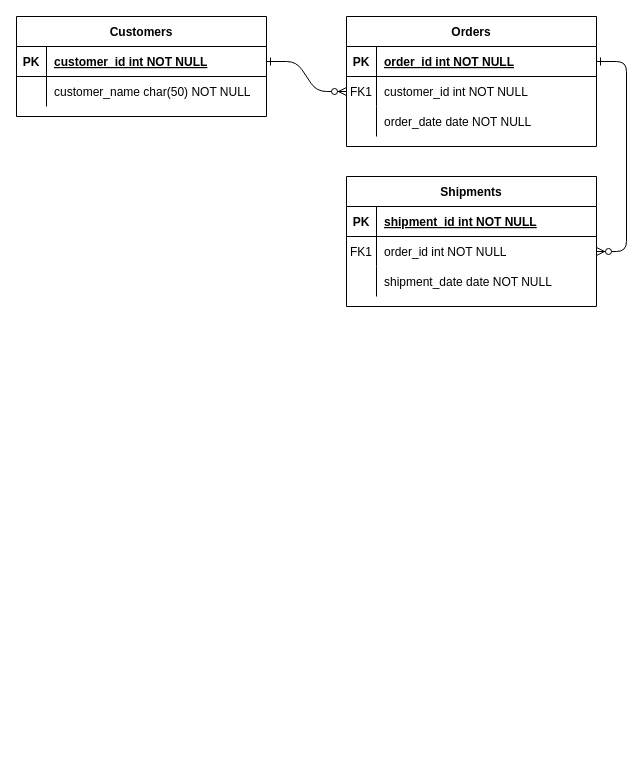
itpreneur/123-Essential-JavaScript-Interview-Questions keeps this draw.io diagram as mockitplace.drawio. Above is the earlier version. Source tidied: cells renumbered, new cells numbered last; positions are measured from the earlier drawing's top-left corner, leaving out a move shared by most shapes. Both pictures are drawn from the tidied source at 100%, with x=0, y=0 at pixel (16, 16).
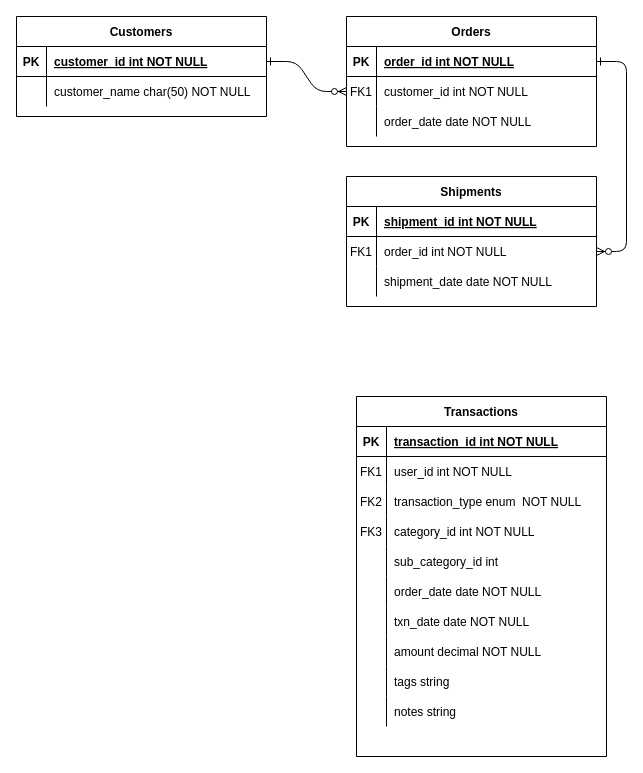
The same page after the edit.

Diff of the diagram source:
```diff
@@
+    <mxCell id="31" value="Transactions" style="shape=table;startSize=30;childLayout=tableLayout;rowLines=0;fontStyle=1;align=center;" parent="1" vertex="1">
+      <mxGeometry x="340" y="380" width="250" height="360" as="geometry" />
+    </mxCell>
+    <mxCell id="32" style="shape=partialRectangle;fillColor=none;top=0;left=0;right=0;bottom=1;" parent="31" vertex="1">
+      <mxGeometry y="30" width="250" height="30" as="geometry" />
+    </mxCell>
+    <mxCell id="33" value="PK" style="shape=partialRectangle;overflow=hidden;fillColor=none;top=0;left=0;bottom=0;right=0;fontStyle=1;" parent="32" vertex="1">
+      <mxGeometry width="30" height="30" as="geometry" />
+    </mxCell>
+    <mxCell id="34" value="transaction_id int NOT NULL " style="shape=partialRectangle;overflow=hidden;fillColor=none;top=0;left=0;bottom=0;right=0;align=left;spacingLeft=6;fontStyle=5;" parent="32" vertex="1">
+      <mxGeometry x="30" width="220" height="30" as="geometry" />
+    </mxCell>
+    <mxCell id="35" style="shape=partialRectangle;fillColor=none;top=0;left=0;right=0;bottom=0;" parent="31" vertex="1">
+      <mxGeometry y="60" width="250" height="30" as="geometry" />
+    </mxCell>
+    <mxCell id="36" value="FK1" style="shape=partialRectangle;overflow=hidden;fillColor=none;top=0;left=0;bottom=0;right=0;" parent="35" vertex="1">
+      <mxGeometry width="30" height="30" as="geometry" />
+    </mxCell>
+    <mxCell id="37" value="user_id int NOT NULL" style="shape=partialRectangle;overflow=hidden;fillColor=none;top=0;left=0;bottom=0;right=0;align=left;spacingLeft=6;" parent="35" vertex="1">
+      <mxGeometry x="30" width="220" height="30" as="geometry" />
+    </mxCell>
+    <mxCell id="38" style="shape=partialRectangle;fillColor=none;top=0;left=0;right=0;bottom=0;" parent="31" vertex="1">
+      <mxGeometry y="90" width="250" height="30" as="geometry" />
+    </mxCell>
+    <mxCell id="39" value="FK2" style="shape=partialRectangle;overflow=hidden;fillColor=none;top=0;left=0;bottom=0;right=0;" parent="38" vertex="1">
+      <mxGeometry width="30" height="30" as="geometry" />
+    </mxCell>
+    <mxCell id="40" value="transaction_type enum  NOT NULL" style="shape=partialRectangle;overflow=hidden;fillColor=none;top=0;left=0;bottom=0;right=0;align=left;spacingLeft=6;" parent="38" vertex="1">
+      <mxGeometry x="30" width="220" height="30" as="geometry" />
+    </mxCell>
+    <mxCell id="41" style="shape=partialRectangle;fillColor=none;top=0;left=0;right=0;bottom=0;" parent="31" vertex="1">
+      <mxGeometry y="120" width="250" height="30" as="geometry" />
+    </mxCell>
+    <mxCell id="42" value="FK3" style="shape=partialRectangle;overflow=hidden;fillColor=none;top=0;left=0;bottom=0;right=0;" parent="41" vertex="1">
+      <mxGeometry width="30" height="30" as="geometry" />
+    </mxCell>
+    <mxCell id="43" value="category_id int NOT NULL" style="shape=partialRectangle;overflow=hidden;fillColor=none;top=0;left=0;bottom=0;right=0;align=left;spacingLeft=6;" parent="41" vertex="1">
+      <mxGeometry x="30" width="220" height="30" as="geometry" />
+    </mxCell>
+    <mxCell id="44" style="shape=partialRectangle;fillColor=none;top=0;left=0;right=0;bottom=0;" parent="31" vertex="1">
+      <mxGeometry y="150" width="250" height="30" as="geometry" />
+    </mxCell>
+    <mxCell id="45" style="shape=partialRectangle;overflow=hidden;fillColor=none;top=0;left=0;bottom=0;right=0;" parent="44" vertex="1">
+      <mxGeometry width="30" height="30" as="geometry" />
+    </mxCell>
+    <mxCell id="46" value="sub_category_id int" style="shape=partialRectangle;overflow=hidden;fillColor=none;top=0;left=0;bottom=0;right=0;align=left;spacingLeft=6;" parent="44" vertex="1">
+      <mxGeometry x="30" width="220" height="30" as="geometry" />
+    </mxCell>
+    <mxCell id="47" style="shape=partialRectangle;fillColor=none;top=0;left=0;right=0;bottom=0;" parent="31" vertex="1">
+      <mxGeometry y="180" width="250" height="30" as="geometry" />
+    </mxCell>
+    <mxCell id="48" style="shape=partialRectangle;overflow=hidden;fillColor=none;top=0;left=0;bottom=0;right=0;" parent="47" vertex="1">
+      <mxGeometry width="30" height="30" as="geometry" />
+    </mxCell>
+    <mxCell id="49" value="order_date date NOT NULL" style="shape=partialRectangle;overflow=hidden;fillColor=none;top=0;left=0;bottom=0;right=0;align=left;spacingLeft=6;" parent="47" vertex="1">
+      <mxGeometry x="30" width="220" height="30" as="geometry" />
+    </mxCell>
+    <mxCell id="50" style="shape=partialRectangle;fillColor=none;top=0;left=0;right=0;bottom=0;" parent="31" vertex="1">
+      <mxGeometry y="210" width="250" height="30" as="geometry" />
+    </mxCell>
+    <mxCell id="51" style="shape=partialRectangle;overflow=hidden;fillColor=none;top=0;left=0;bottom=0;right=0;" parent="50" vertex="1">
+      <mxGeometry width="30" height="30" as="geometry" />
+    </mxCell>
+    <mxCell id="52" value="txn_date date NOT NULL" style="shape=partialRectangle;overflow=hidden;fillColor=none;top=0;left=0;bottom=0;right=0;align=left;spacingLeft=6;" parent="50" vertex="1">
+      <mxGeometry x="30" width="220" height="30" as="geometry" />
+    </mxCell>
+    <mxCell id="53" style="shape=partialRectangle;fillColor=none;top=0;left=0;right=0;bottom=0;" parent="31" vertex="1">
+      <mxGeometry y="240" width="250" height="30" as="geometry" />
+    </mxCell>
+    <mxCell id="54" style="shape=partialRectangle;overflow=hidden;fillColor=none;top=0;left=0;bottom=0;right=0;" parent="53" vertex="1">
+      <mxGeometry width="30" height="30" as="geometry" />
+    </mxCell>
+    <mxCell id="55" value="amount decimal NOT NULL" style="shape=partialRectangle;overflow=hidden;fillColor=none;top=0;left=0;bottom=0;right=0;align=left;spacingLeft=6;" parent="53" vertex="1">
+      <mxGeometry x="30" width="220" height="30" as="geometry" />
+    </mxCell>
+    <mxCell id="56" style="shape=partialRectangle;fillColor=none;top=0;left=0;right=0;bottom=0;" parent="31" vertex="1">
+      <mxGeometry y="270" width="250" height="30" as="geometry" />
+    </mxCell>
+    <mxCell id="57" style="shape=partialRectangle;overflow=hidden;fillColor=none;top=0;left=0;bottom=0;right=0;" parent="56" vertex="1">
+      <mxGeometry width="30" height="30" as="geometry" />
+    </mxCell>
+    <mxCell id="58" value="tags string" style="shape=partialRectangle;overflow=hidden;fillColor=none;top=0;left=0;bottom=0;right=0;align=left;spacingLeft=6;" parent="56" vertex="1">
+      <mxGeometry x="30" width="220" height="30" as="geometry" />
+    </mxCell>
+    <mxCell id="59" style="shape=partialRectangle;fillColor=none;top=0;left=0;right=0;bottom=0;" parent="31" vertex="1">
+      <mxGeometry y="300" width="250" height="30" as="geometry" />
+    </mxCell>
+    <mxCell id="60" style="shape=partialRectangle;overflow=hidden;fillColor=none;top=0;left=0;bottom=0;right=0;" parent="59" vertex="1">
+      <mxGeometry width="30" height="30" as="geometry" />
+    </mxCell>
+    <mxCell id="61" value="notes string" style="shape=partialRectangle;overflow=hidden;fillColor=none;top=0;left=0;bottom=0;right=0;align=left;spacingLeft=6;" parent="59" vertex="1">
+      <mxGeometry x="30" width="220" height="30" as="geometry" />
+    </mxCell>
```
